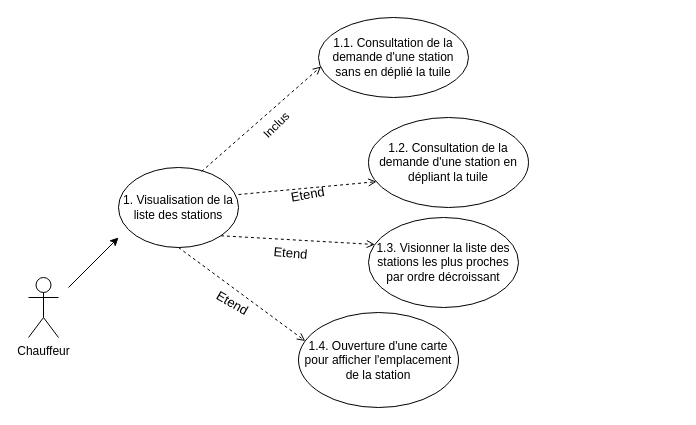
This is Diagramme sans nom.drawio from BlancAlexis/AppRickAndMortyWimova, a draw.io file, before an edit. Source tidied: cells renumbered, new cells numbered last; positions are measured from the earlier drawing's top-left corner, leaving out a move shared by most shapes. Both pictures are drawn from the tidied source at 100%, with x=0, y=0 at pixel (28, 17).
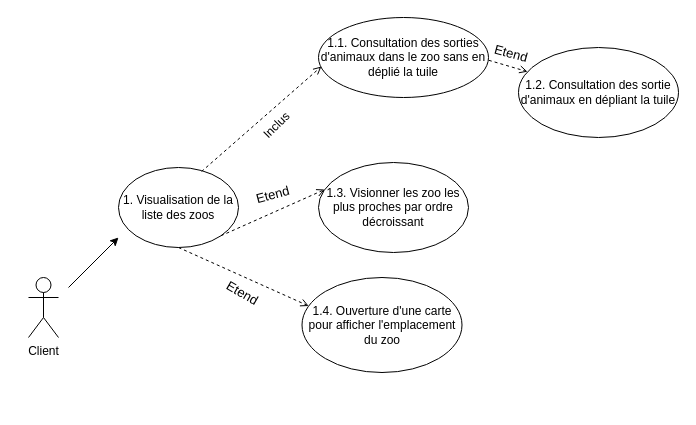
The same diagram, later.

Commit message:
Mettre à jour Diagramme sans nom.drawio

Diff of the diagram source:
```diff
@@
 <mxGraphModel>
   <root>
     <mxCell id="0" />
     <mxCell id="1" parent="0" />
-    <mxCell id="2" value="&lt;div&gt;Chauffeur&lt;/div&gt;&lt;div&gt;&lt;br&gt;&lt;/div&gt;" style="shape=umlActor;verticalLabelPosition=bottom;verticalAlign=top;html=1;" parent="1" vertex="1">
+    <mxCell id="2" value="&lt;div&gt;Client&lt;/div&gt;&lt;div&gt;&lt;br&gt;&lt;/div&gt;" style="shape=umlActor;verticalLabelPosition=bottom;verticalAlign=top;html=1;" parent="1" vertex="1">
       <mxGeometry y="260" width="30" height="60" as="geometry" />
     </mxCell>
     <mxCell id="3" style="endArrow=classic;html=1;rounded=0;" parent="1" edge="1">
       <mxGeometry relative="1" as="geometry">
         <mxPoint x="40" y="270" as="sourcePoint" />
         <mxPoint x="90" y="220" as="targetPoint" />
       </mxGeometry>
     </mxCell>
-    <mxCell id="4" value="1. Visualisation de la liste des stations" style="ellipse;whiteSpace=wrap;html=1;" parent="1" vertex="1">
+    <mxCell id="4" value="1. Visualisation de la liste des zoos" style="ellipse;whiteSpace=wrap;html=1;" parent="1" vertex="1">
       <mxGeometry x="90" y="150" width="120" height="80" as="geometry" />
     </mxCell>
-    <mxCell id="5" value="&lt;div align=&quot;center&quot;&gt;1.3. Visionner la liste des stations les plus proches par ordre décroissant&lt;/div&gt;" style="ellipse;whiteSpace=wrap;html=1;align=center;" parent="1" vertex="1">
-      <mxGeometry x="340" y="200" width="150" height="90" as="geometry" />
+    <mxCell id="5" value="&lt;div align=&quot;center&quot;&gt;1.3. Visionner les zoo les plus proches par ordre décroissant&lt;/div&gt;" style="ellipse;whiteSpace=wrap;html=1;align=center;" parent="1" vertex="1">
+      <mxGeometry x="290" y="145" width="150" height="90" as="geometry" />
     </mxCell>
     <mxCell id="6" style="endArrow=open;html=1;rounded=0;exitX=1;exitY=1;exitDx=0;exitDy=0;entryX=0.042;entryY=0.3;entryDx=0;entryDy=0;entryPerimeter=0;dashed=1;endFill=0;" parent="1" edge="1" source="4" target="5">
       <mxGeometry relative="1" as="geometry" />
     </mxCell>
-    <mxCell id="7" value="1.1. Consultation de la demande d'une station sans en déplié la tuile" style="ellipse;whiteSpace=wrap;html=1;" parent="1" vertex="1">
-      <mxGeometry x="290" width="150" height="80" as="geometry" />
+    <mxCell id="7" value="1.1. Consultation des sorties d'animaux dans le zoo sans en déplié la tuile" style="ellipse;whiteSpace=wrap;html=1;" parent="1" vertex="1">
+      <mxGeometry x="290" width="170" height="80" as="geometry" />
     </mxCell>
     <mxCell id="8" style="endArrow=open;html=1;rounded=0;exitX=0.692;exitY=0.05;exitDx=0;exitDy=0;entryX=0.017;entryY=0.613;entryDx=0;entryDy=0;entryPerimeter=0;dashed=1;endFill=0;exitPerimeter=0;" parent="1" edge="1" source="4" target="7">
       <mxGeometry relative="1" as="geometry" />
     </mxCell>
-    <mxCell id="9" value="&lt;h1 style=&quot;font-size: 13px;&quot;&gt;&lt;span style=&quot;font-weight: normal;&quot;&gt;Etend&lt;/span&gt;&lt;/h1&gt;" style="text;html=1;strokeColor=none;fillColor=none;spacing=5;spacingTop=-20;whiteSpace=wrap;overflow=hidden;rounded=0;rotation=-10;" parent="1" vertex="1">
-      <mxGeometry x="258" y="170" width="50" height="20" as="geometry" />
+    <mxCell id="9" value="&lt;h1 style=&quot;font-size: 13px;&quot;&gt;&lt;span style=&quot;font-weight: normal;&quot;&gt;Etend&lt;/span&gt;&lt;/h1&gt;" style="text;html=1;strokeColor=none;fillColor=none;spacing=5;spacingTop=-20;whiteSpace=wrap;overflow=hidden;rounded=0;rotation=15;" parent="1" vertex="1">
+      <mxGeometry x="460" y="30" width="50" height="20" as="geometry" />
     </mxCell>
     <mxCell id="10" value="Inclus" style="text;html=1;strokeColor=none;fillColor=none;spacing=5;spacingTop=-20;whiteSpace=wrap;overflow=hidden;rounded=0;rotation=-45;" parent="1" vertex="1">
-      <mxGeometry x="230" y="110" width="40" as="geometry" />
+      <mxGeometry x="233.5" y="108.5" width="40" height="10" as="geometry" />
     </mxCell>
-    <mxCell id="11" value="&lt;div align=&quot;center&quot;&gt;1.4. Ouverture d'une carte pour afficher l'emplacement de la station&lt;/div&gt;" style="ellipse;whiteSpace=wrap;html=1;align=center;" parent="1" vertex="1">
-      <mxGeometry x="270" y="295" width="160" height="95" as="geometry" />
+    <mxCell id="11" value="&lt;div align=&quot;center&quot;&gt;1.4. Ouverture d'une carte pour afficher l'emplacement du zoo&lt;br&gt;&lt;/div&gt;" style="ellipse;whiteSpace=wrap;html=1;align=center;" parent="1" vertex="1">
+      <mxGeometry x="273.5" y="260" width="160" height="95" as="geometry" />
     </mxCell>
     <mxCell id="12" style="endArrow=open;html=1;rounded=0;exitX=0.5;exitY=1;exitDx=0;exitDy=0;entryX=0.042;entryY=0.3;entryDx=0;entryDy=0;entryPerimeter=0;dashed=1;endFill=0;" parent="1" edge="1" source="4" target="11">
       <mxGeometry relative="1" as="geometry" />
     </mxCell>
     <mxCell id="13" value="&lt;h1 style=&quot;font-size: 13px;&quot;&gt;&lt;span style=&quot;font-weight: normal;&quot;&gt;Etend&lt;/span&gt;&lt;/h1&gt;" style="text;html=1;strokeColor=none;fillColor=none;spacing=5;spacingTop=-20;whiteSpace=wrap;overflow=hidden;rounded=0;rotation=30;" parent="1" vertex="1">
-      <mxGeometry x="180" y="280" width="50" height="20" as="geometry" />
+      <mxGeometry x="190" y="270" width="50" height="20" as="geometry" />
     </mxCell>
-    <mxCell id="14" value="1.2. Consultation de la demande d'une station en dépliant la tuile" style="ellipse;whiteSpace=wrap;html=1;" parent="1" vertex="1">
-      <mxGeometry x="340" y="100" width="160" height="90" as="geometry" />
+    <mxCell id="14" value="1.2. Consultation des sortie d'animaux en dépliant la tuile" style="ellipse;whiteSpace=wrap;html=1;" parent="1" vertex="1">
+      <mxGeometry x="490" y="30" width="160" height="90" as="geometry" />
     </mxCell>
-    <mxCell id="15" style="endArrow=open;html=1;rounded=0;exitX=1;exitY=0.338;exitDx=0;exitDy=0;entryX=0.05;entryY=0.713;entryDx=0;entryDy=0;entryPerimeter=0;dashed=1;endFill=0;exitPerimeter=0;" parent="1" edge="1" source="4" target="14">
+    <mxCell id="15" style="endArrow=open;html=1;rounded=0;exitX=1.002;exitY=0.535;exitDx=0;exitDy=0;dashed=1;endFill=0;exitPerimeter=0;" parent="1" edge="1" source="7" target="14">
       <mxGeometry relative="1" as="geometry" />
     </mxCell>
-    <mxCell id="16" value="&lt;h1 style=&quot;font-size: 13px;&quot;&gt;&lt;span style=&quot;font-weight: normal;&quot;&gt;Etend&lt;/span&gt;&lt;/h1&gt;" style="text;html=1;strokeColor=none;fillColor=none;spacing=5;spacingTop=-20;whiteSpace=wrap;overflow=hidden;rounded=0;rotation=5;" parent="1" vertex="1">
-      <mxGeometry x="240" y="230" width="50" height="20" as="geometry" />
+    <mxCell id="16" value="&lt;h1 style=&quot;font-size: 13px;&quot;&gt;&lt;span style=&quot;font-weight: normal;&quot;&gt;Etend&lt;/span&gt;&lt;/h1&gt;" style="text;html=1;strokeColor=none;fillColor=none;spacing=5;spacingTop=-20;whiteSpace=wrap;overflow=hidden;rounded=0;rotation=-15;" parent="1" vertex="1">
+      <mxGeometry x="223.5" y="170" width="50" height="20" as="geometry" />
     </mxCell>
   </root>
 </mxGraphModel>
```
